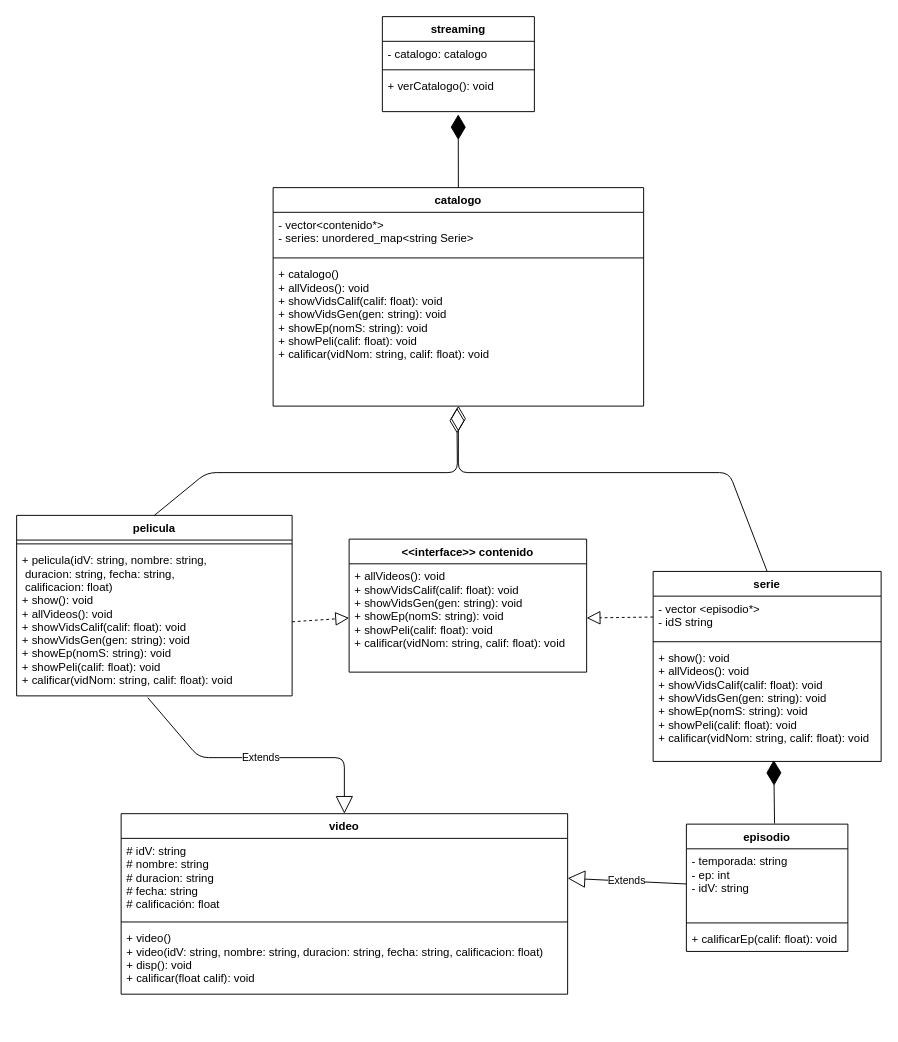
A01750658/proyecto_cpp keeps this draw.io diagram as streaming 2.drawio. Above is the earlier version. Source tidied: cells renumbered, new cells numbered last; positions are measured from the earlier drawing's top-left corner, leaving out a move shared by most shapes. Both pictures are drawn from the tidied source at 95%, with x=0, y=0 at pixel (16, 16).
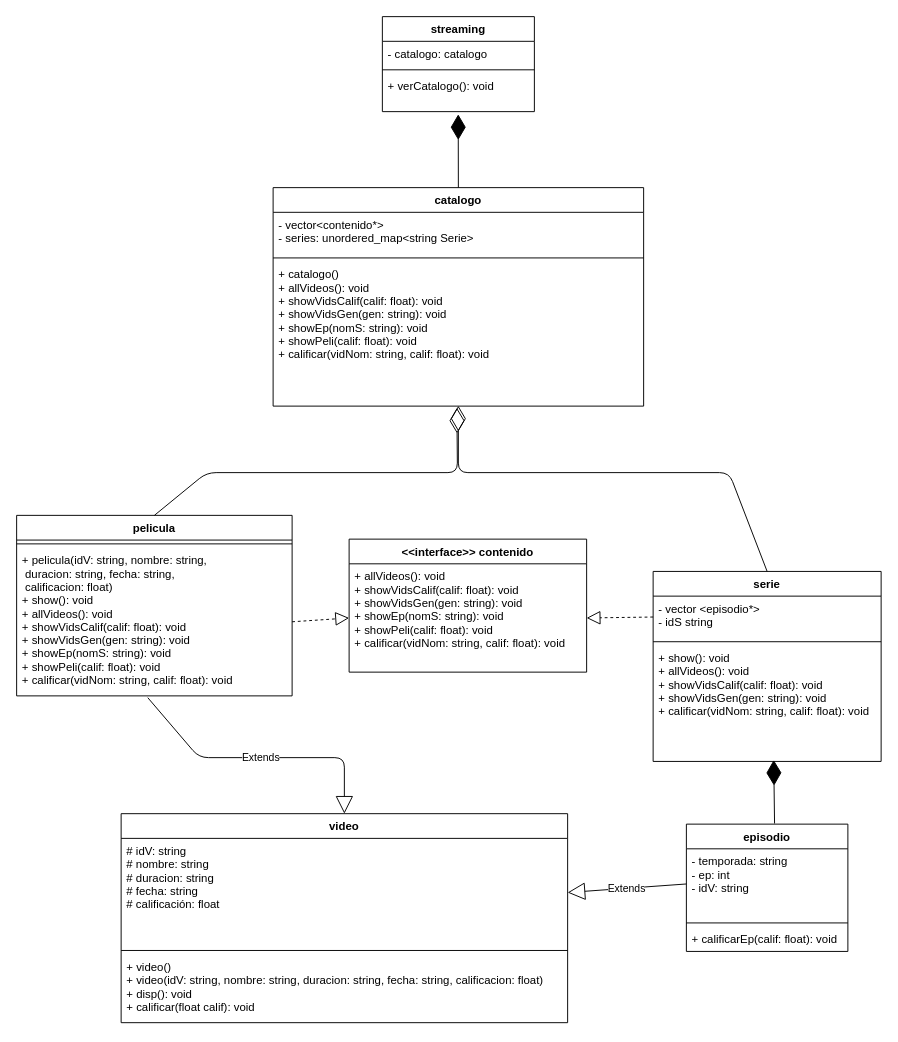
After the change.

The change refers to these unchanged cells:
```xml
<mxCell id="17" value="serie" style="swimlane;fontStyle=1;align=center;verticalAlign=top;horizontal=1;startSize=26;" parent="1" vertex="1">
  <mxGeometry x="670" y="584" width="240" height="200" as="geometry" />
</mxCell>
```

Change to the diagram source:
```diff
@@
-    <mxCell id="20" value="+ show(): void&#10;+ allVideos(): void&#10;+ showVidsCalif(calif: float): void&#10;+ showVidsGen(gen: string): void&#10;+ showEp(nomS: string): void&#10;+ showPeli(calif: float): void&#10;+ calificar(vidNom: string, calif: float): void" style="text;strokeColor=none;fillColor=none;align=left;verticalAlign=top;spacingLeft=4;spacingRight=4;overflow=hidden;points=[[0,0.5],[1,0.5]];portConstraint=eastwest;" parent="17" vertex="1">
+    <mxCell id="20" value="+ show(): void&#10;+ allVideos(): void&#10;+ showVidsCalif(calif: float): void&#10;+ showVidsGen(gen: string): void&#10;+ calificar(vidNom: string, calif: float): void" style="text;strokeColor=none;fillColor=none;align=left;verticalAlign=top;spacingLeft=4;spacingRight=4;overflow=hidden;points=[[0,0.5],[1,0.5]];portConstraint=eastwest;" parent="17" vertex="1">
       <mxGeometry y="78" width="240" height="122" as="geometry" />
     </mxCell>
@@
     <mxCell id="25" value="video" style="swimlane;fontStyle=1;align=center;verticalAlign=top;horizontal=1;startSize=26;" parent="1" vertex="1">
-      <mxGeometry x="110" y="839" width="470" height="190" as="geometry" />
+      <mxGeometry x="110" y="839" width="470" height="220" as="geometry" />
     </mxCell>
-    <mxCell id="26" value="# idV: string&#10;# nombre: string&#10;# duracion: string&#10;# fecha: string&#10;# calificación: float" style="text;strokeColor=none;fillColor=none;align=left;verticalAlign=top;spacingLeft=4;spacingRight=4;overflow=hidden;points=[[0,0.5],[1,0.5]];portConstraint=eastwest;" parent="25" vertex="1">
-      <mxGeometry y="26" width="470" height="84" as="geometry" />
+    <mxCell id="26" value="# idV: string&#10;# nombre: string&#10;# duracion: string&#10;# fecha: string&#10;# calificación: float&#10;" style="text;strokeColor=none;fillColor=none;align=left;verticalAlign=top;spacingLeft=4;spacingRight=4;overflow=hidden;points=[[0,0.5],[1,0.5]];portConstraint=eastwest;" parent="25" vertex="1">
+      <mxGeometry y="26" width="470" height="114" as="geometry" />
     </mxCell>
     <mxCell id="27" style="line;strokeWidth=1;fillColor=none;align=left;verticalAlign=middle;spacingTop=-1;spacingLeft=3;spacingRight=3;labelPosition=right;strokeColor=inherit;" parent="25" vertex="1">
-      <mxGeometry y="110" width="470" height="8" as="geometry" />
+      <mxGeometry y="140" width="470" height="8" as="geometry" />
     </mxCell>
     <mxCell id="28" value="+ video()&#10;+ video(idV: string, nombre: string, duracion: string, fecha: string, calificacion: float)&#10;+ disp(): void&#10;+ calificar(float calif): void" style="text;strokeColor=none;fillColor=none;align=left;verticalAlign=top;spacingLeft=4;spacingRight=4;overflow=hidden;" parent="25" vertex="1">
-      <mxGeometry y="118" width="470" height="72" as="geometry" />
+      <mxGeometry y="148" width="470" height="72" as="geometry" />
     </mxCell>
```
